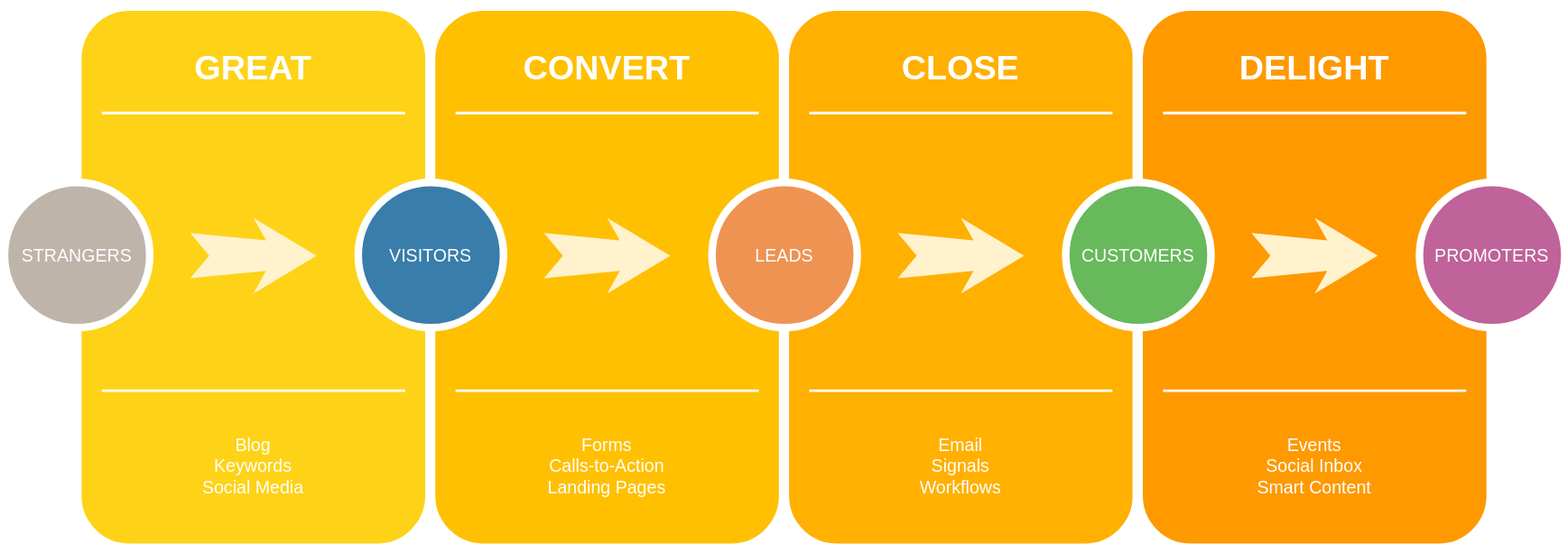
builden/drawio-diagram keeps this draw.io diagram as HappyDraw.drawio.svg. Above is the earlier version. Source tidied: cells renumbered, new cells last; positions are measured from the earlier drawing's top-left corner, leaving out a move shared by most shapes. Its diagram source:
```xml
<mxGraphModel>
  <root>
    <mxCell id="0" />
    <mxCell id="1" parent="0" />
    <mxCell id="2" style="whiteSpace=wrap;html=1;rounded=1;shadow=0;strokeWidth=8;fontSize=20;align=center;fillColor=#FED217;strokeColor=#FFFFFF;" parent="1" vertex="1">
      <mxGeometry x="57" width="280" height="430" as="geometry" />
    </mxCell>
    <mxCell id="3" value="GREAT" style="text;html=1;strokeColor=none;fillColor=none;align=center;verticalAlign=middle;whiteSpace=wrap;rounded=0;shadow=0;fontSize=27;fontColor=#FFFFFF;fontStyle=1;" parent="1" vertex="1">
      <mxGeometry x="57" y="20" width="280" height="60" as="geometry" />
    </mxCell>
    <mxCell id="4" value="Blog&lt;div&gt;Keywords&lt;/div&gt;&lt;div&gt;Social Media&lt;/div&gt;" style="text;html=1;strokeColor=none;fillColor=none;align=center;verticalAlign=middle;whiteSpace=wrap;rounded=0;shadow=0;fontSize=14;fontColor=#FFFFFF;" parent="1" vertex="1">
      <mxGeometry x="57" y="320" width="280" height="90" as="geometry" />
    </mxCell>
    <mxCell id="5" style="line;strokeWidth=2;html=1;rounded=0;shadow=0;fontSize=27;align=center;fillColor=none;strokeColor=#FFFFFF;" parent="1" vertex="1">
      <mxGeometry x="77" y="80" width="240" height="10" as="geometry" />
    </mxCell>
    <mxCell id="6" style="line;strokeWidth=2;html=1;rounded=0;shadow=0;fontSize=27;align=center;fillColor=none;strokeColor=#FFFFFF;" parent="1" vertex="1">
      <mxGeometry x="77" y="300" width="240" height="10" as="geometry" />
    </mxCell>
    <mxCell id="7" value="STRANGERS" style="ellipse;whiteSpace=wrap;html=1;rounded=0;shadow=0;strokeWidth=6;fontSize=14;align=center;fillColor=#BFB4A9;strokeColor=#FFFFFF;fontColor=#FFFFFF;" parent="1" vertex="1">
      <mxGeometry y="140" width="115" height="115" as="geometry" />
    </mxCell>
    <mxCell id="8" style="html=1;shadow=0;dashed=0;align=center;verticalAlign=middle;shape=mxgraph.arrows2.stylisedArrow;dy=0.6;dx=40;notch=15;feather=0.4;rounded=0;strokeWidth=1;fontSize=27;strokeColor=none;fillColor=#fff2cc;" parent="1" vertex="1">
      <mxGeometry x="147" y="168" width="100" height="60" as="geometry" />
    </mxCell>
    <mxCell id="9" style="whiteSpace=wrap;html=1;rounded=1;shadow=0;strokeWidth=8;fontSize=20;align=center;fillColor=#FFC001;strokeColor=#FFFFFF;" parent="1" vertex="1">
      <mxGeometry x="337" width="280" height="430" as="geometry" />
    </mxCell>
    <mxCell id="10" value="CONVERT" style="text;html=1;strokeColor=none;fillColor=none;align=center;verticalAlign=middle;whiteSpace=wrap;rounded=0;shadow=0;fontSize=27;fontColor=#FFFFFF;fontStyle=1;" parent="1" vertex="1">
      <mxGeometry x="337" y="20" width="280" height="60" as="geometry" />
    </mxCell>
    <mxCell id="11" value="Forms&lt;div&gt;Calls-to-Action&lt;/div&gt;&lt;div&gt;Landing Pages&lt;/div&gt;" style="text;html=1;strokeColor=none;fillColor=none;align=center;verticalAlign=middle;whiteSpace=wrap;rounded=0;shadow=0;fontSize=14;fontColor=#FFFFFF;" parent="1" vertex="1">
      <mxGeometry x="337" y="320" width="280" height="90" as="geometry" />
    </mxCell>
    <mxCell id="12" style="line;strokeWidth=2;html=1;rounded=0;shadow=0;fontSize=27;align=center;fillColor=none;strokeColor=#FFFFFF;" parent="1" vertex="1">
      <mxGeometry x="357" y="80" width="240" height="10" as="geometry" />
    </mxCell>
    <mxCell id="13" style="line;strokeWidth=2;html=1;rounded=0;shadow=0;fontSize=27;align=center;fillColor=none;strokeColor=#FFFFFF;" parent="1" vertex="1">
      <mxGeometry x="357" y="300" width="240" height="10" as="geometry" />
    </mxCell>
    <mxCell id="14" value="VISITORS" style="ellipse;whiteSpace=wrap;html=1;rounded=0;shadow=0;strokeWidth=6;fontSize=14;align=center;fillColor=#397DAA;strokeColor=#FFFFFF;fontColor=#FFFFFF;" parent="1" vertex="1">
      <mxGeometry x="280" y="140" width="115" height="115" as="geometry" />
    </mxCell>
    <mxCell id="15" style="html=1;shadow=0;dashed=0;align=center;verticalAlign=middle;shape=mxgraph.arrows2.stylisedArrow;dy=0.6;dx=40;notch=15;feather=0.4;rounded=0;strokeWidth=1;fontSize=27;strokeColor=none;fillColor=#fff2cc;" parent="1" vertex="1">
      <mxGeometry x="427" y="168" width="100" height="60" as="geometry" />
    </mxCell>
    <mxCell id="16" style="whiteSpace=wrap;html=1;rounded=1;shadow=0;strokeWidth=8;fontSize=20;align=center;fillColor=#FFB001;strokeColor=#FFFFFF;" parent="1" vertex="1">
      <mxGeometry x="617" width="280" height="430" as="geometry" />
    </mxCell>
    <mxCell id="17" value="CLOSE" style="text;html=1;strokeColor=none;fillColor=none;align=center;verticalAlign=middle;whiteSpace=wrap;rounded=0;shadow=0;fontSize=27;fontColor=#FFFFFF;fontStyle=1;" parent="1" vertex="1">
      <mxGeometry x="617" y="20" width="280" height="60" as="geometry" />
    </mxCell>
    <mxCell id="18" value="Email&lt;div&gt;Signals&lt;/div&gt;&lt;div&gt;Workflows&lt;/div&gt;" style="text;html=1;strokeColor=none;fillColor=none;align=center;verticalAlign=middle;whiteSpace=wrap;rounded=0;shadow=0;fontSize=14;fontColor=#FFFFFF;" parent="1" vertex="1">
      <mxGeometry x="617" y="320" width="280" height="90" as="geometry" />
    </mxCell>
    <mxCell id="19" style="line;strokeWidth=2;html=1;rounded=0;shadow=0;fontSize=27;align=center;fillColor=none;strokeColor=#FFFFFF;" parent="1" vertex="1">
      <mxGeometry x="637" y="80" width="240" height="10" as="geometry" />
    </mxCell>
    <mxCell id="20" style="line;strokeWidth=2;html=1;rounded=0;shadow=0;fontSize=27;align=center;fillColor=none;strokeColor=#FFFFFF;" parent="1" vertex="1">
      <mxGeometry x="637" y="300" width="240" height="10" as="geometry" />
    </mxCell>
    <mxCell id="21" value="LEADS" style="ellipse;whiteSpace=wrap;html=1;rounded=0;shadow=0;strokeWidth=6;fontSize=14;align=center;fillColor=#EF9353;strokeColor=#FFFFFF;fontColor=#FFFFFF;" parent="1" vertex="1">
      <mxGeometry x="560" y="140" width="115" height="115" as="geometry" />
    </mxCell>
    <mxCell id="22" style="html=1;shadow=0;dashed=0;align=center;verticalAlign=middle;shape=mxgraph.arrows2.stylisedArrow;dy=0.6;dx=40;notch=15;feather=0.4;rounded=0;strokeWidth=1;fontSize=27;strokeColor=none;fillColor=#fff2cc;" parent="1" vertex="1">
      <mxGeometry x="707" y="168" width="100" height="60" as="geometry" />
    </mxCell>
    <mxCell id="23" style="whiteSpace=wrap;html=1;rounded=1;shadow=0;strokeWidth=8;fontSize=20;align=center;fillColor=#FE9900;strokeColor=#FFFFFF;" parent="1" vertex="1">
      <mxGeometry x="897" width="280" height="430" as="geometry" />
    </mxCell>
    <mxCell id="24" value="DELIGHT" style="text;html=1;strokeColor=none;fillColor=none;align=center;verticalAlign=middle;whiteSpace=wrap;rounded=0;shadow=0;fontSize=27;fontColor=#FFFFFF;fontStyle=1;" parent="1" vertex="1">
      <mxGeometry x="897" y="20" width="280" height="60" as="geometry" />
    </mxCell>
    <mxCell id="25" value="Events&lt;div&gt;Social Inbox&lt;/div&gt;&lt;div&gt;Smart Content&lt;/div&gt;" style="text;html=1;strokeColor=none;fillColor=none;align=center;verticalAlign=middle;whiteSpace=wrap;rounded=0;shadow=0;fontSize=14;fontColor=#FFFFFF;" parent="1" vertex="1">
      <mxGeometry x="897" y="320" width="280" height="90" as="geometry" />
    </mxCell>
    <mxCell id="26" style="line;strokeWidth=2;html=1;rounded=0;shadow=0;fontSize=27;align=center;fillColor=none;strokeColor=#FFFFFF;" parent="1" vertex="1">
      <mxGeometry x="917" y="80" width="240" height="10" as="geometry" />
    </mxCell>
    <mxCell id="27" style="line;strokeWidth=2;html=1;rounded=0;shadow=0;fontSize=27;align=center;fillColor=none;strokeColor=#FFFFFF;" parent="1" vertex="1">
      <mxGeometry x="917" y="300" width="240" height="10" as="geometry" />
    </mxCell>
    <mxCell id="28" value="CUSTOMERS" style="ellipse;whiteSpace=wrap;html=1;rounded=0;shadow=0;strokeWidth=6;fontSize=14;align=center;fillColor=#68B85C;strokeColor=#FFFFFF;fontColor=#FFFFFF;" parent="1" vertex="1">
      <mxGeometry x="840" y="140" width="115" height="115" as="geometry" />
    </mxCell>
    <mxCell id="29" style="html=1;shadow=0;dashed=0;align=center;verticalAlign=middle;shape=mxgraph.arrows2.stylisedArrow;dy=0.6;dx=40;notch=15;feather=0.4;rounded=0;strokeWidth=1;fontSize=27;strokeColor=none;fillColor=#fff2cc;" parent="1" vertex="1">
      <mxGeometry x="987" y="168" width="100" height="60" as="geometry" />
    </mxCell>
    <mxCell id="30" value="PROMOTERS" style="ellipse;whiteSpace=wrap;html=1;rounded=0;shadow=0;strokeWidth=6;fontSize=14;align=center;fillColor=#BF639A;strokeColor=#FFFFFF;fontColor=#FFFFFF;" parent="1" vertex="1">
      <mxGeometry x="1120" y="140" width="115" height="115" as="geometry" />
    </mxCell>
  </root>
</mxGraphModel>
```
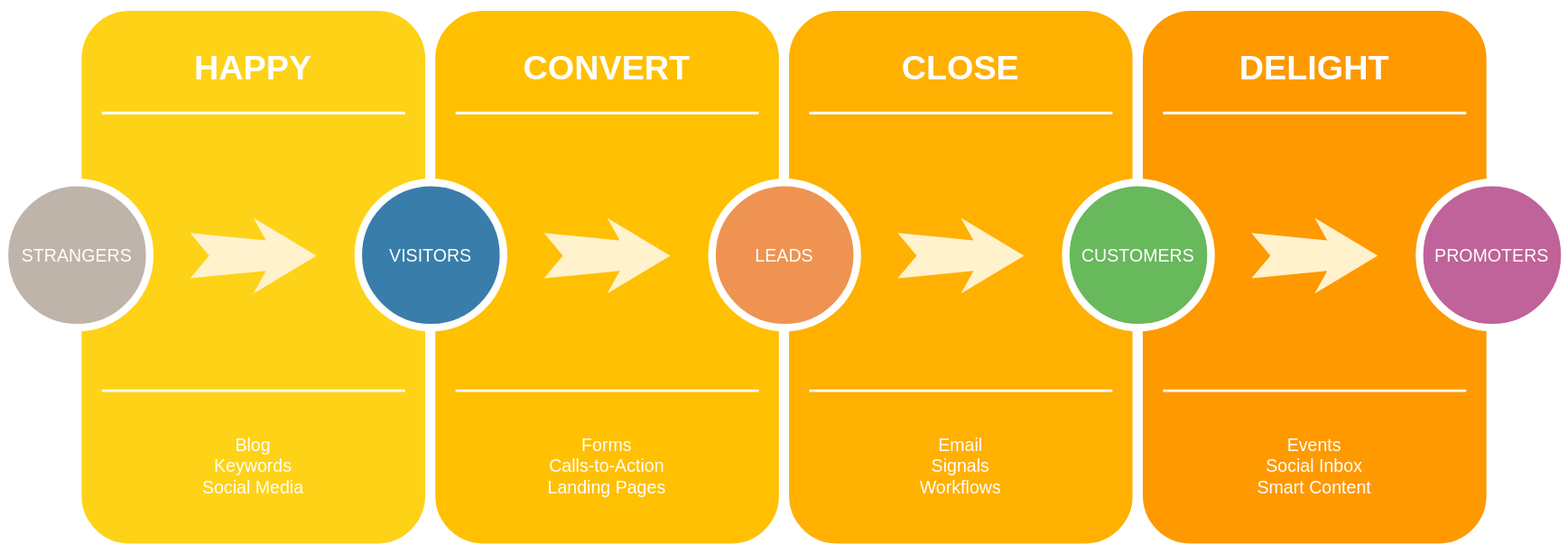
After the change.

Change to the diagram source:
```diff
@@ -5,7 +5,7 @@
     <mxCell id="2" style="whiteSpace=wrap;html=1;rounded=1;shadow=0;strokeWidth=8;fontSize=20;align=center;fillColor=#FED217;strokeColor=#FFFFFF;" parent="1" vertex="1">
       <mxGeometry x="57" width="280" height="430" as="geometry" />
     </mxCell>
-    <mxCell id="3" value="GREAT" style="text;html=1;strokeColor=none;fillColor=none;align=center;verticalAlign=middle;whiteSpace=wrap;rounded=0;shadow=0;fontSize=27;fontColor=#FFFFFF;fontStyle=1;" parent="1" vertex="1">
+    <mxCell id="3" value="HAPPY" style="text;html=1;strokeColor=none;fillColor=none;align=center;verticalAlign=middle;whiteSpace=wrap;rounded=0;shadow=0;fontSize=27;fontColor=#FFFFFF;fontStyle=1;" parent="1" vertex="1">
       <mxGeometry x="57" y="20" width="280" height="60" as="geometry" />
     </mxCell>
     <mxCell id="4" value="Blog&lt;div&gt;Keywords&lt;/div&gt;&lt;div&gt;Social Media&lt;/div&gt;" style="text;html=1;strokeColor=none;fillColor=none;align=center;verticalAlign=middle;whiteSpace=wrap;rounded=0;shadow=0;fontSize=14;fontColor=#FFFFFF;" parent="1" vertex="1">
```
